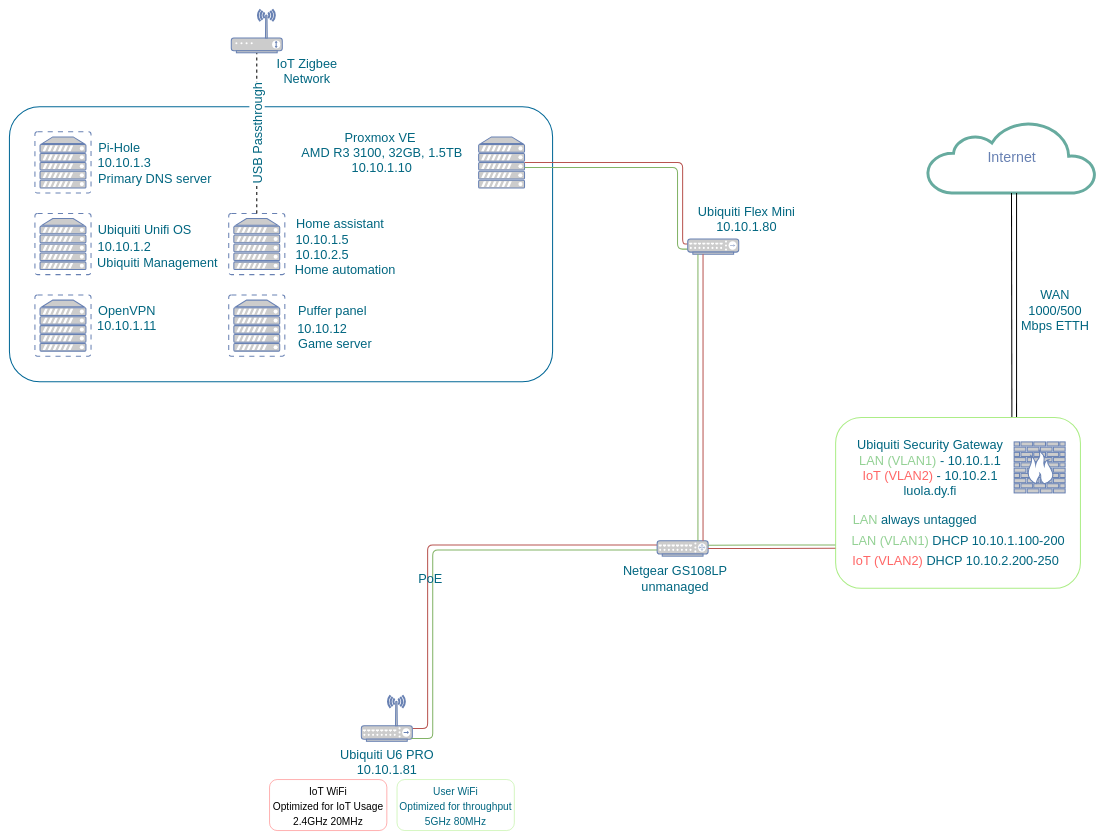
This is Drawio/network.drawio from Vili-B/HomeLab, a draw.io file, before an edit. Source tidied: cells renumbered, new cells numbered last; positions are measured from the earlier drawing's top-left corner, leaving out a move shared by most shapes. Both pictures are drawn from the tidied source at 51%, with x=0, y=0 at pixel (9, 9).
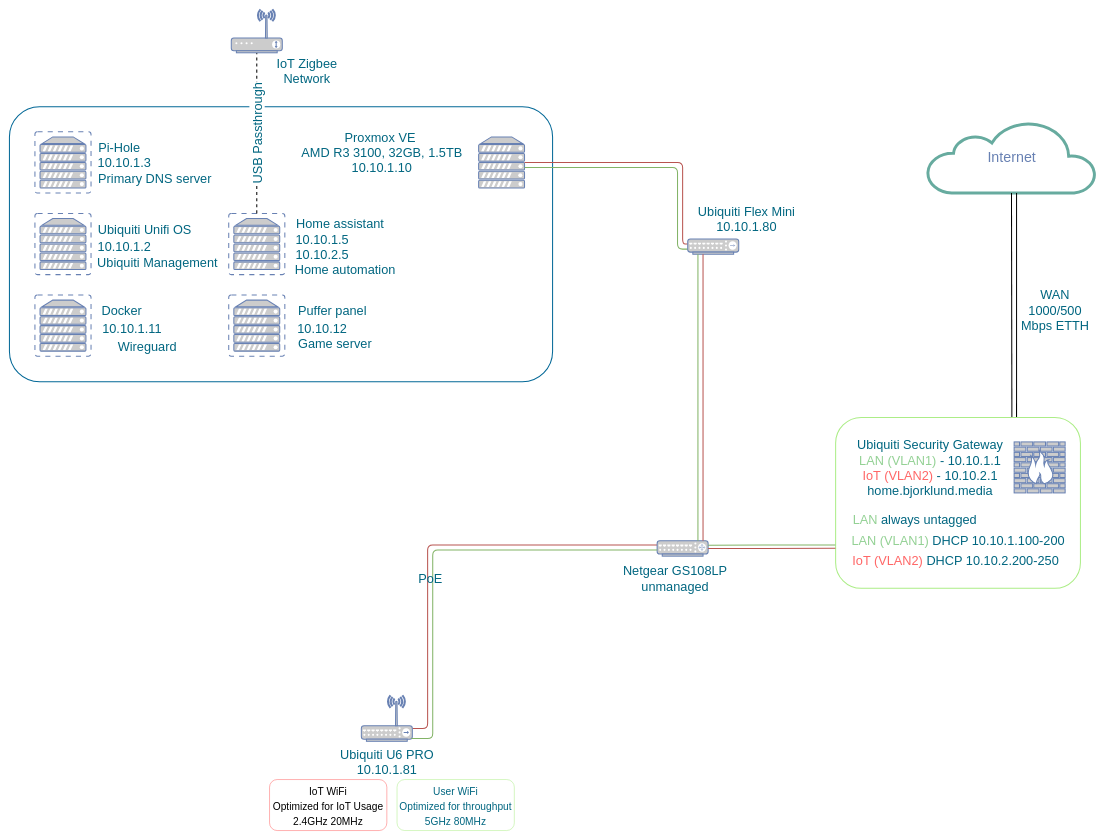
The same diagram, later.

What changed in the source:
```diff
@@
-    <mxCell id="18" value="&lt;font style=&quot;font-size: 25px;&quot;&gt;&lt;font color=&quot;#006680&quot;&gt;Ubiquiti Security Gateway&lt;/font&gt;&lt;br&gt;&lt;font color=&quot;#93d194&quot;&gt;LAN (VLAN1)&lt;/font&gt;&lt;/font&gt;&lt;font color=&quot;#006680&quot; style=&quot;font-size: 25px;&quot;&gt; - 10.10.1.1&lt;br&gt;&lt;/font&gt;&lt;span style=&quot;color: rgb(255, 102, 102); font-size: 25px;&quot;&gt;IoT (VLAN2)&amp;nbsp;&lt;/span&gt;&lt;font color=&quot;#006680&quot; style=&quot;font-size: 25px;&quot;&gt;- 10.10.2.1&lt;br&gt;luola.dy.fi&lt;br&gt;&lt;/font&gt;" style="text;html=1;align=center;verticalAlign=middle;strokeColor=none;fillColor=none;" parent="1" vertex="1">
+    <mxCell id="18" value="&lt;font style=&quot;font-size: 25px;&quot;&gt;&lt;font color=&quot;#006680&quot;&gt;Ubiquiti Security Gateway&lt;/font&gt;&lt;br&gt;&lt;font color=&quot;#93d194&quot;&gt;LAN (VLAN1)&lt;/font&gt;&lt;/font&gt;&lt;font color=&quot;#006680&quot; style=&quot;font-size: 25px;&quot;&gt; - 10.10.1.1&lt;br&gt;&lt;/font&gt;&lt;span style=&quot;color: rgb(255, 102, 102); font-size: 25px;&quot;&gt;IoT (VLAN2)&amp;nbsp;&lt;/span&gt;&lt;font color=&quot;#006680&quot; style=&quot;font-size: 25px;&quot;&gt;- 10.10.2.1&lt;br&gt;home.bjorklund.media&lt;br&gt;&lt;/font&gt;" style="text;html=1;align=center;verticalAlign=middle;strokeColor=none;fillColor=none;" parent="1" vertex="1">
       <mxGeometry x="1650" y="833" width="310" height="130" as="geometry" />
     </mxCell>
@@
-    <mxCell id="40" value="OpenVPN" style="text;html=1;align=center;verticalAlign=middle;strokeColor=none;fillColor=none;fontSize=25;fontColor=#006680;" parent="1" vertex="1">
-      <mxGeometry x="160" y="570" width="140" height="40" as="geometry" />
+    <mxCell id="40" value="Docker" style="text;html=1;align=center;verticalAlign=middle;strokeColor=none;fillColor=none;fontSize=25;fontColor=#006680;" parent="1" vertex="1">
+      <mxGeometry x="170" y="570" width="100" height="40" as="geometry" />
     </mxCell>
     <mxCell id="41" value="10.10.1.11" style="text;html=1;align=center;verticalAlign=middle;strokeColor=none;fillColor=none;fontSize=25;fontColor=#006680;" parent="1" vertex="1">
-      <mxGeometry x="160" y="600" width="140" height="40" as="geometry" />
+      <mxGeometry x="170" y="605" width="140" height="40" as="geometry" />
     </mxCell>
@@
+    <mxCell id="55" value="Wireguard" style="text;html=1;align=center;verticalAlign=middle;strokeColor=none;fillColor=none;fontColor=#006680;fontSize=25;" parent="1" vertex="1">
+      <mxGeometry x="200" y="640" width="140" height="40" as="geometry" />
+    </mxCell>
```
